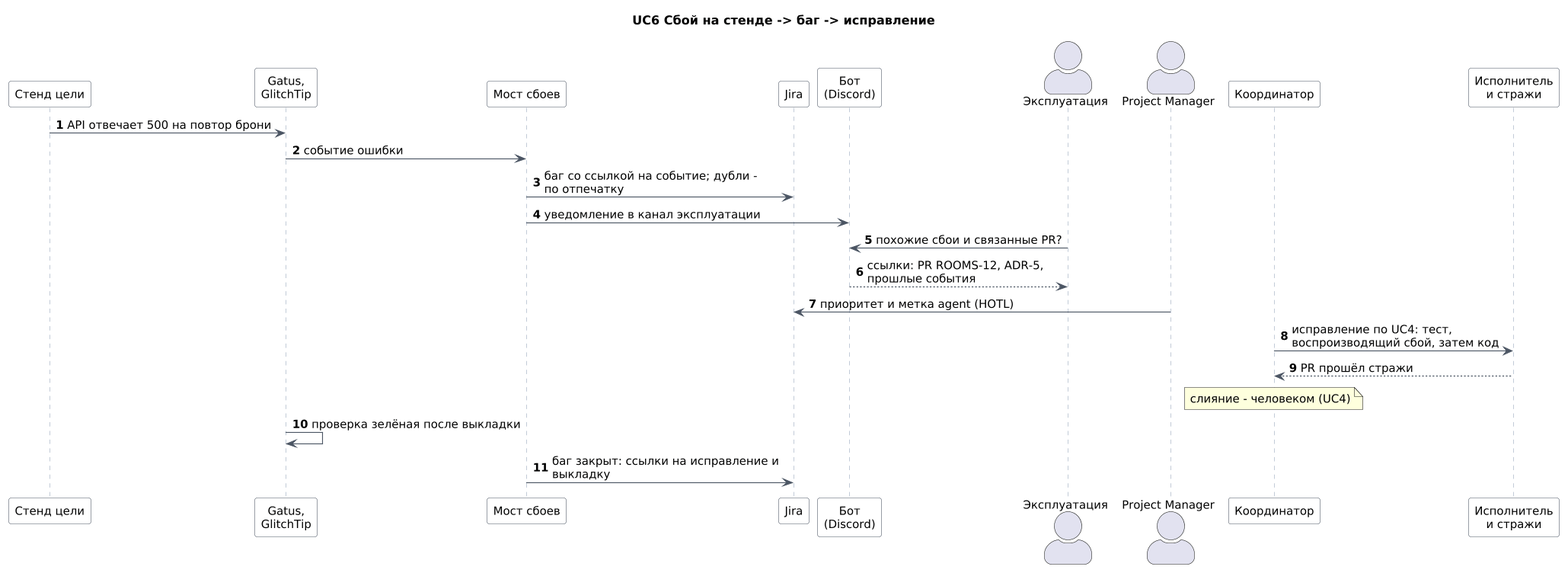
Above: docs/demo/diagrams/uc6-incident.png in ypolosov/ai-factory (PlantUML), before the change.
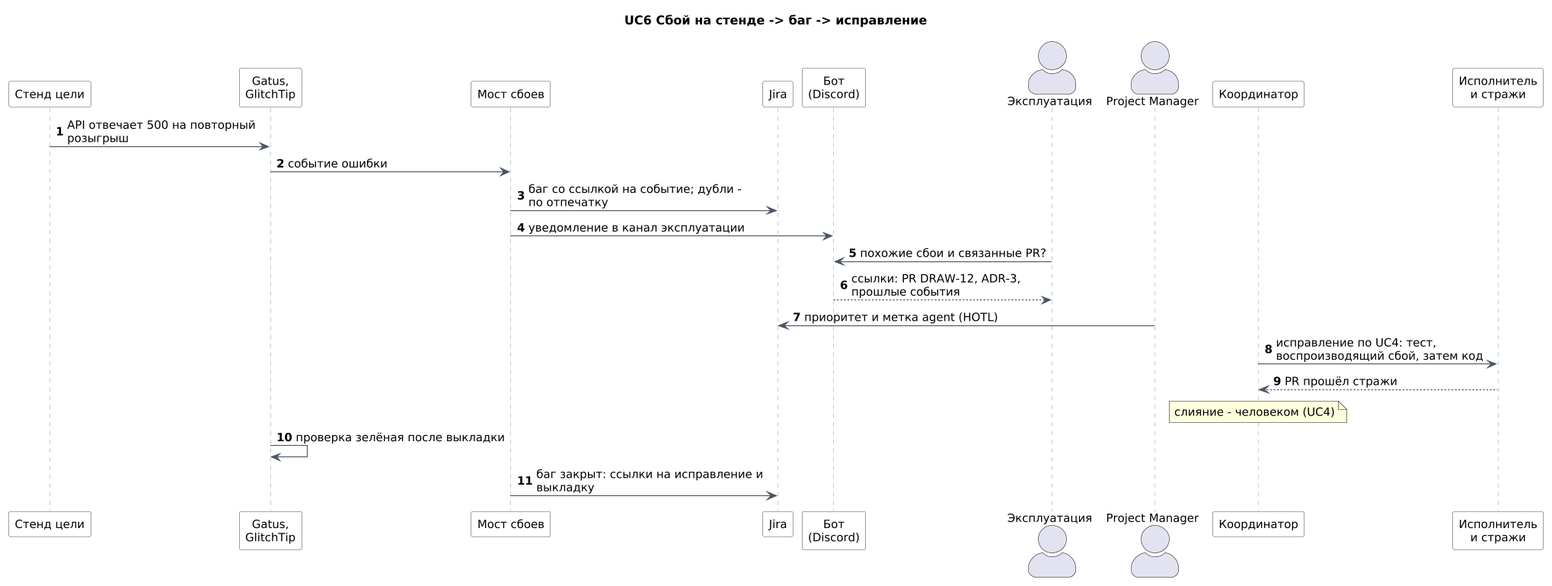
After the commit.

Diff of the diagram source:
```diff
@@ -14,12 +14,12 @@
 participant "Исполнитель\nи стражи" as EXE
 
 autonumber
-ST -> MON : API отвечает 500 на повтор брони
+ST -> MON : API отвечает 500 на повторный розыгрыш
 MON -> BR : событие ошибки
 BR -> JIRA : баг со ссылкой на событие; дубли - по отпечатку
 BR -> BOT : уведомление в канал эксплуатации
 OPS -> BOT : похожие сбои и связанные PR?
-BOT --> OPS : ссылки: PR ROOMS-12, ADR-5, прошлые события
+BOT --> OPS : ссылки: PR DRAW-12, ADR-3, прошлые события
 PM -> JIRA : приоритет и метка agent (HOTL)
 CO -> EXE : исправление по UC4: тест, воспроизводящий сбой, затем код
 EXE --> CO : PR прошёл стражи
```
